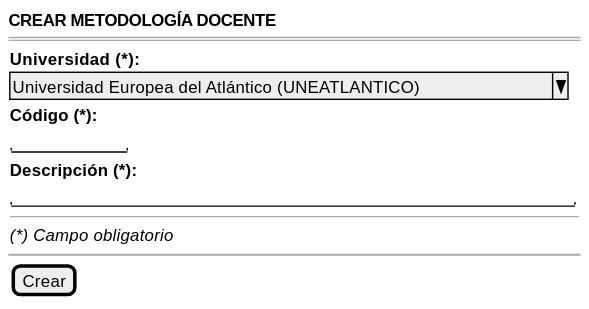
This is images/RUP/01-requisitos/03-detalle-casos-uso/crearMetodologiaDocente/wireframe.svg from mmasias/pyCeldaPublico, a PlantUML export, as it was before one commit.
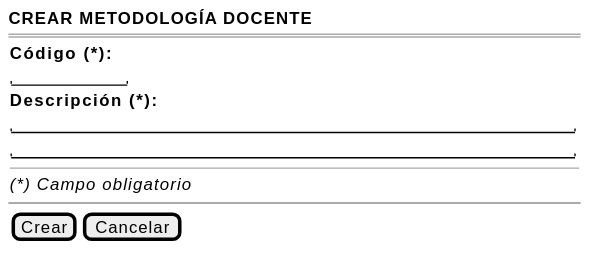
The same diagram one commit later.

Change to the diagram source:
```diff
@@ -3,16 +3,15 @@
     <b>CREAR METODOLOGÍA DOCENTE</b>
     ====
     {
-        <b>Universidad (*):</b>
-        ^Universidad Europea del Atlántico (UNEATLANTICO)^
         <b>Código (*):</b>
         "          "
         <b>Descripción (*):</b>
+        "                                                  "
         "                                                  "
         --
         <i>(*) Campo obligatorio</i>
     }
     ~~
-    {[Crear]}
+    {[Crear] | [Cancelar]}
 }
 @endsalt
```
